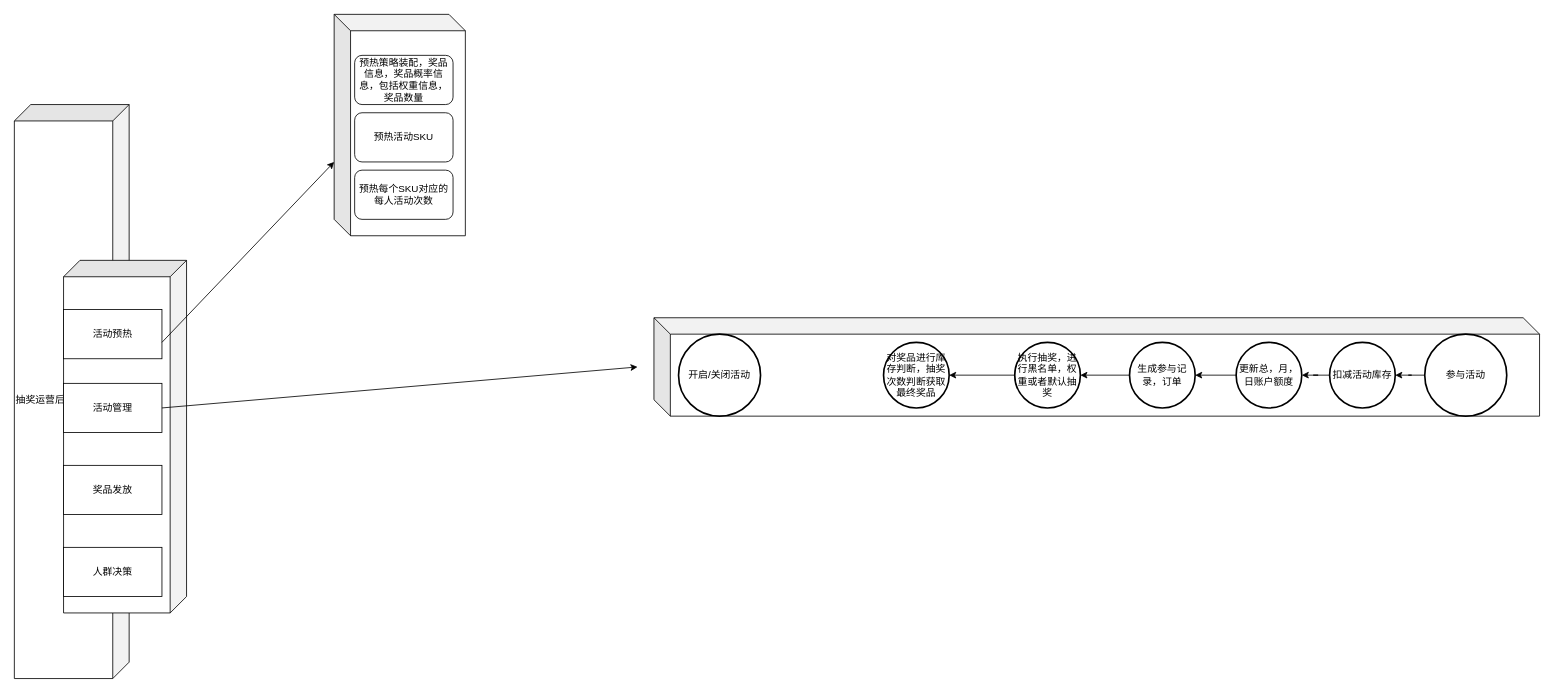
Earlier version of the draw.io diagram 营销模块架构图.drawio (yp001001/pay). Source tidied: cells renumbered, new cells numbered last; positions are measured from the earlier drawing's top-left corner, leaving out a move shared by most shapes. Both pictures are drawn from the tidied source at 82%, with x=0, y=0 at pixel (14, 14).
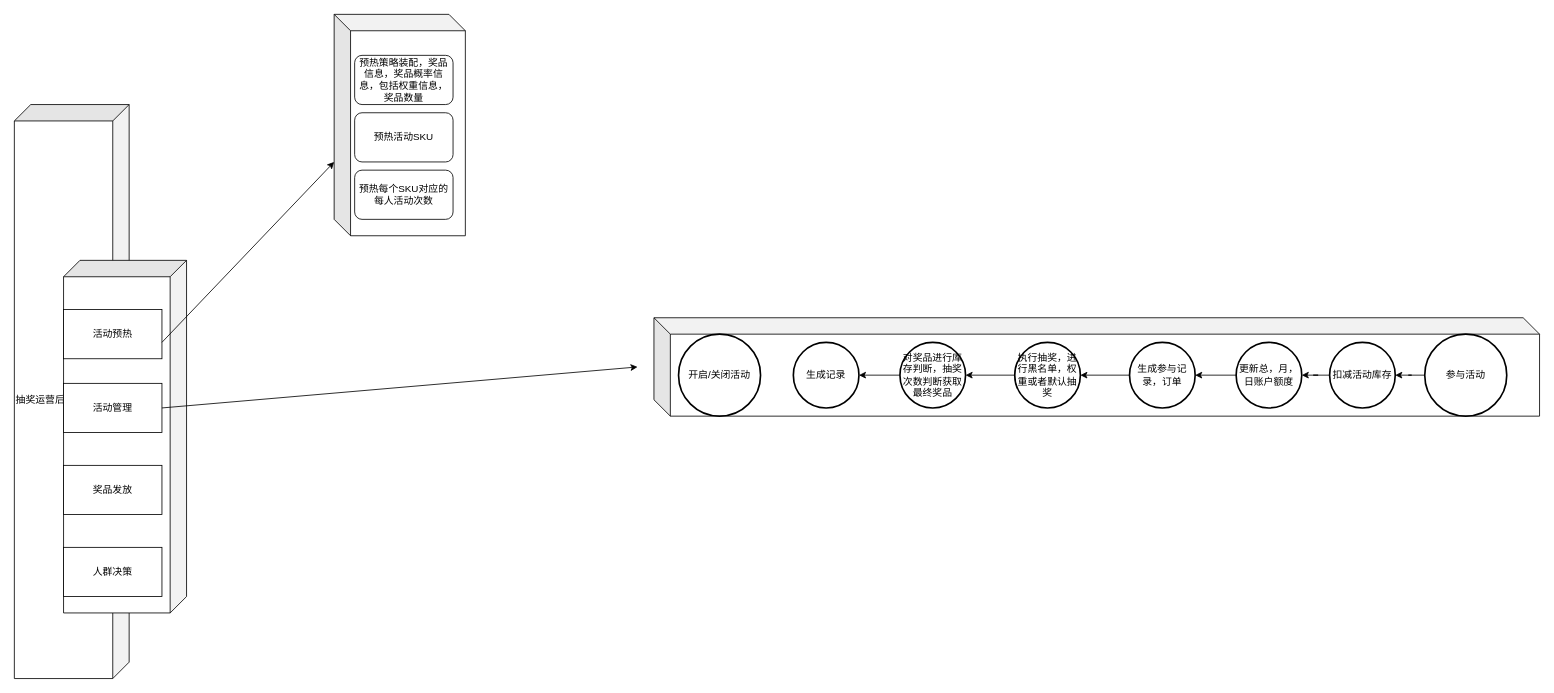
After the change.

Commit message:
更新抽奖流程.drawio

The edit, as a diff of the source:
```diff
@@
+    <mxCell id="27" style="edgeStyle=orthogonalEdgeStyle;rounded=0;jettySize=auto;html=1;" parent="1" edge="1" source="26" target="28">
+      <mxGeometry relative="1" as="geometry" />
+    </mxCell>
     <mxCell id="26" value="对奖品进行库存判断，抽奖次数判断获取最终奖品" style="ellipse;whiteSpace=wrap;html=1;strokeWidth=2;" parent="1" vertex="1">
-      <mxGeometry x="1060" y="400" width="80" height="80" as="geometry" />
+      <mxGeometry x="1080" y="400" width="80" height="80" as="geometry" />
     </mxCell>
+    <mxCell id="28" value="生成记录" style="ellipse;whiteSpace=wrap;html=1;strokeWidth=2;" parent="1" vertex="1">
+      <mxGeometry x="950" y="400" width="80" height="80" as="geometry" />
+    </mxCell>
```
